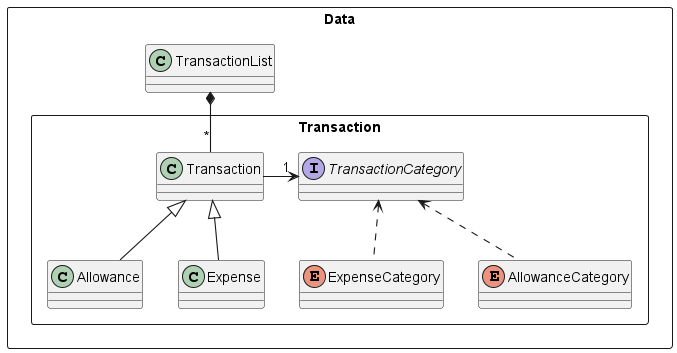
vvhuiling/tp keeps this PlantUML diagram as docs/images/DataClassDiagram.png. Above is the earlier version.
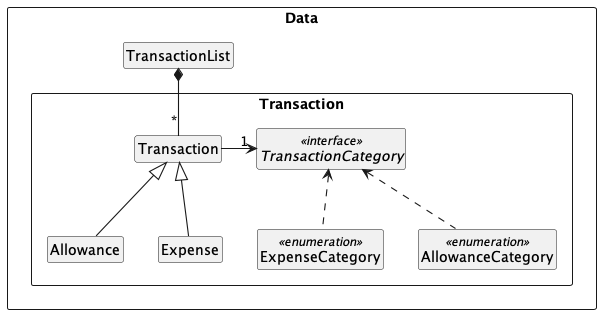
The same diagram one commit later.

What changed in the source:
```diff
@@ -1,5 +1,7 @@
 @startuml
 !include style.puml
+hide circle
+hide member
 skinparam arrowThickness 1.1
 
 Package Data as DataPackage <<Rectangle>>{
@@ -7,9 +9,9 @@
     Class Transaction
     Class Allowance
     Class Expense
-    Interface TransactionCategory
-    Enum ExpenseCategory
-    Enum AllowanceCategory
+    Interface TransactionCategory <<interface>>
+    Enum ExpenseCategory <<enumeration>>
+    Enum AllowanceCategory <<enumeration>>
     }
 Class TransactionList
 }
```
